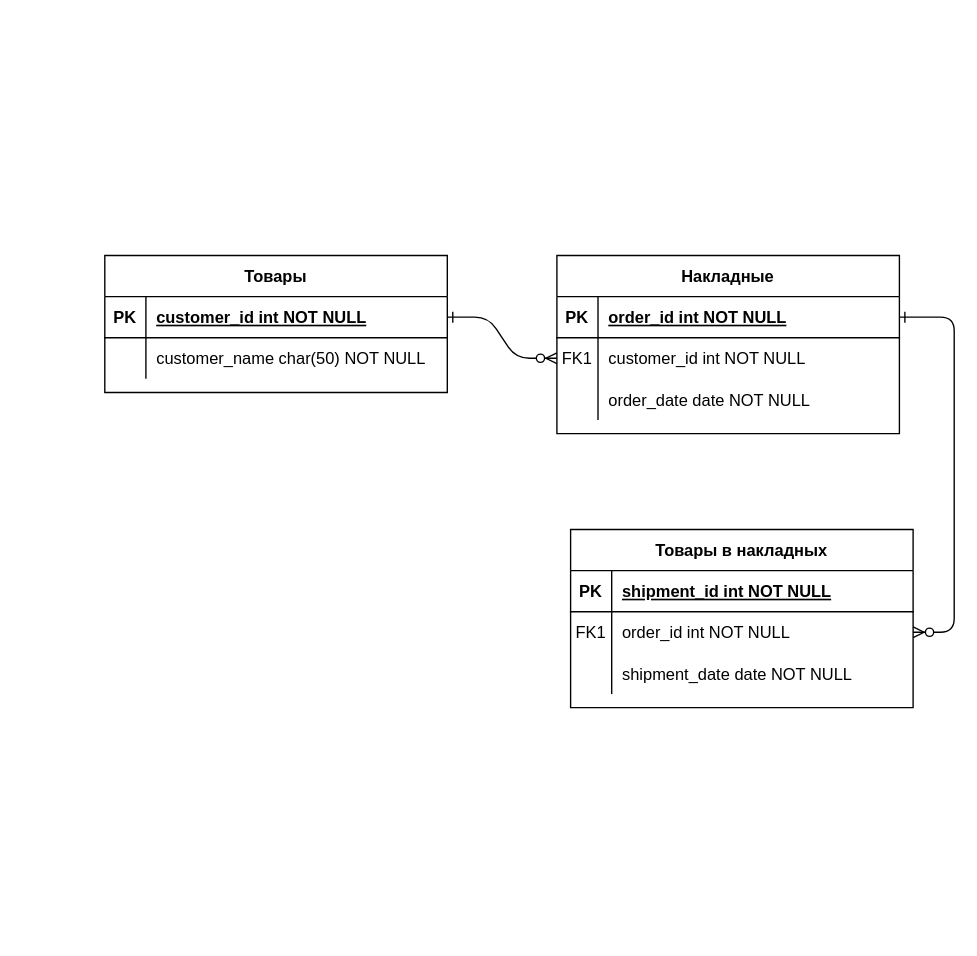
Earlier version of the draw.io diagram LW_2/invoices.drawio (KREeDo5/data-bases). Source tidied: cells renumbered, new cells numbered last; positions are measured from the earlier drawing's top-left corner, leaving out a move shared by most shapes. Both pictures are drawn from the tidied source at 137%, with x=0, y=0 at pixel (104, 255).
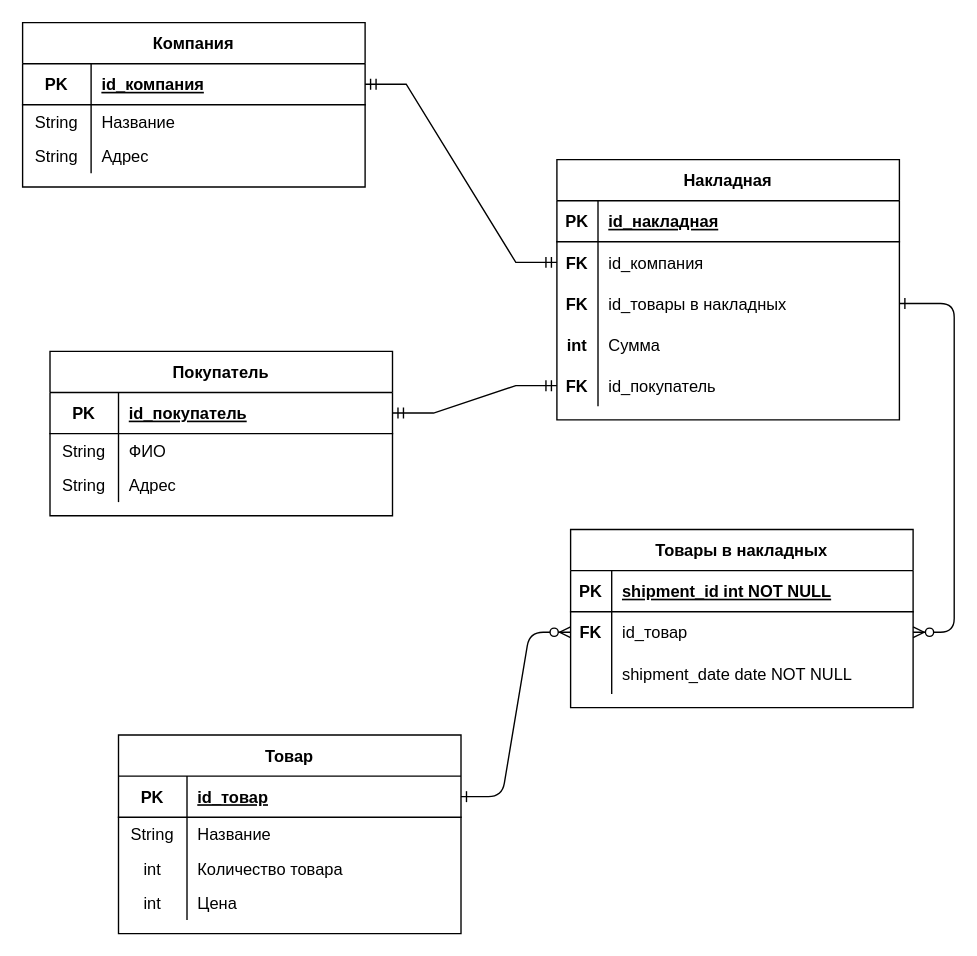
Above is the later version.

Commit message (it also covers changes not shown here):
временные файлы lw_2

The change refers to these unchanged cells:
```xml
<mxCell id="5" style="shape=partialRectangle;fillColor=none;points=[[0,0.5],[1,0.5]];portConstraint=eastwest;top=0;left=0;right=0;bottom=1;" parent="4" vertex="1">
  <mxGeometry y="30" width="250" height="30" as="geometry" />
</mxCell>
<mxCell id="8" style="shape=partialRectangle;fillColor=none;points=[[0,0.5],[1,0.5]];portConstraint=eastwest;top=0;left=0;right=0;bottom=0;" parent="4" vertex="1">
  <mxGeometry y="60" width="250" height="30" as="geometry" />
</mxCell>
<mxCell id="11" style="shape=partialRectangle;fillColor=none;points=[[0,0.5],[1,0.5]];portConstraint=eastwest;top=0;left=0;right=0;bottom=0;" parent="4" vertex="1">
  <mxGeometry y="90" width="250" height="30" as="geometry" />
</mxCell>
<mxCell id="18" style="shape=partialRectangle;fillColor=none;points=[[0,0.5],[1,0.5]];portConstraint=eastwest;top=0;left=0;right=0;bottom=0;" parent="14" vertex="1">
  <mxGeometry y="60" width="250" height="30" as="geometry" />
</mxCell>
<mxCell id="25" style="shape=partialRectangle;fillColor=none;points=[[0,0.5],[1,0.5]];portConstraint=eastwest;top=0;left=0;right=0;bottom=1;" parent="24" vertex="1">
  <mxGeometry y="30" width="250" height="30" as="geometry" />
</mxCell>
```

The edit, as a diff of the source:
```diff
@@
-    <mxCell id="2" style="edgeStyle=entityRelationEdgeStyle;endArrow=ERzeroToMany;startArrow=ERone;endFill=1;startFill=0;" parent="1" edge="1" source="25" target="8">
+    <mxCell id="2" style="edgeStyle=entityRelationEdgeStyle;endArrow=ERzeroToMany;startArrow=ERone;endFill=1;startFill=0;entryX=0;entryY=0.5;entryDx=0;entryDy=0;" parent="1" edge="1" source="25" target="18">
       <mxGeometry relative="1" as="geometry" />
     </mxCell>
-    <mxCell id="3" style="edgeStyle=entityRelationEdgeStyle;endArrow=ERzeroToMany;startArrow=ERone;endFill=1;startFill=0;" parent="1" edge="1" source="5" target="18">
+    <mxCell id="3" style="edgeStyle=entityRelationEdgeStyle;endArrow=ERzeroToMany;startArrow=ERone;endFill=1;startFill=0;exitX=1;exitY=0.5;exitDx=0;exitDy=0;" parent="1" edge="1" source="11" target="18">
       <mxGeometry relative="1" as="geometry" />
     </mxCell>
-    <mxCell id="4" value="Накладные" style="shape=table;startSize=30;childLayout=tableLayout;rowLines=0;fontStyle=1;align=center;" parent="1" vertex="1">
-      <mxGeometry x="330" width="250" height="130" as="geometry" />
+    <mxCell id="4" value="Накладная" style="shape=table;startSize=30;childLayout=tableLayout;rowLines=0;fontStyle=1;align=center;" parent="1" vertex="1">
+      <mxGeometry x="330" y="-70" width="250" height="190" as="geometry" />
     </mxCell>
@@
-    <mxCell id="7" value="order_id int NOT NULL " style="shape=partialRectangle;overflow=hidden;fillColor=none;top=0;left=0;bottom=0;right=0;align=left;spacingLeft=6;fontStyle=5;" parent="5" vertex="1">
+    <mxCell id="7" value="id_накладная" style="shape=partialRectangle;overflow=hidden;fillColor=none;top=0;left=0;bottom=0;right=0;align=left;spacingLeft=6;fontStyle=5;" parent="5" vertex="1">
       <mxGeometry x="30" width="220" height="30" as="geometry" />
     </mxCell>
@@
-    <mxCell id="9" value="FK1" style="shape=partialRectangle;overflow=hidden;fillColor=none;top=0;left=0;bottom=0;right=0;" parent="8" vertex="1">
+    <mxCell id="9" value="FK" style="shape=partialRectangle;overflow=hidden;fillColor=none;top=0;left=0;bottom=0;right=0;fontStyle=1;" parent="8" vertex="1">
       <mxGeometry width="30" height="30" as="geometry" />
     </mxCell>
-    <mxCell id="10" value="customer_id int NOT NULL" style="shape=partialRectangle;overflow=hidden;fillColor=none;top=0;left=0;bottom=0;right=0;align=left;spacingLeft=6;" parent="8" vertex="1">
+    <mxCell id="10" value="id_компания" style="shape=partialRectangle;overflow=hidden;fillColor=none;top=0;left=0;bottom=0;right=0;align=left;spacingLeft=6;" parent="8" vertex="1">
       <mxGeometry x="30" width="220" height="30" as="geometry" />
     </mxCell>
@@
-    <mxCell id="12" style="shape=partialRectangle;overflow=hidden;fillColor=none;top=0;left=0;bottom=0;right=0;" parent="11" vertex="1">
+    <mxCell id="12" value="FK" style="shape=partialRectangle;overflow=hidden;fillColor=none;top=0;left=0;bottom=0;right=0;fontStyle=1;" parent="11" vertex="1">
       <mxGeometry width="30" height="30" as="geometry" />
     </mxCell>
-    <mxCell id="13" value="order_date date NOT NULL" style="shape=partialRectangle;overflow=hidden;fillColor=none;top=0;left=0;bottom=0;right=0;align=left;spacingLeft=6;" parent="11" vertex="1">
+    <mxCell id="13" value="id_товары в накладных" style="shape=partialRectangle;overflow=hidden;fillColor=none;top=0;left=0;bottom=0;right=0;align=left;spacingLeft=6;" parent="11" vertex="1">
       <mxGeometry x="30" width="220" height="30" as="geometry" />
     </mxCell>
+    <mxCell id="31" style="shape=partialRectangle;fillColor=none;top=0;left=0;right=0;bottom=0;" parent="4" vertex="1">
+      <mxGeometry y="120" width="250" height="30" as="geometry" />
+    </mxCell>
+    <mxCell id="32" value="int" style="shape=partialRectangle;overflow=hidden;fillColor=none;top=0;left=0;bottom=0;right=0;fontStyle=1;" parent="31" vertex="1">
+      <mxGeometry width="30" height="30" as="geometry" />
+    </mxCell>
+    <mxCell id="33" value="Сумма" style="shape=partialRectangle;overflow=hidden;fillColor=none;top=0;left=0;bottom=0;right=0;align=left;spacingLeft=6;" parent="31" vertex="1">
+      <mxGeometry x="30" width="220" height="30" as="geometry" />
+    </mxCell>
+    <mxCell id="34" style="shape=partialRectangle;fillColor=none;points=[[0,0.5],[1,0.5]];portConstraint=eastwest;top=0;left=0;right=0;bottom=0;" parent="4" vertex="1">
+      <mxGeometry y="150" width="250" height="30" as="geometry" />
+    </mxCell>
+    <mxCell id="35" value="FK" style="shape=partialRectangle;overflow=hidden;fillColor=none;top=0;left=0;bottom=0;right=0;fontStyle=1;" parent="34" vertex="1">
+      <mxGeometry width="30" height="30" as="geometry" />
+    </mxCell>
+    <mxCell id="36" value="id_покупатель" style="shape=partialRectangle;overflow=hidden;fillColor=none;top=0;left=0;bottom=0;right=0;align=left;spacingLeft=6;" parent="34" vertex="1">
+      <mxGeometry x="30" width="220" height="30" as="geometry" />
+    </mxCell>
@@
-    <mxCell id="19" value="FK1" style="shape=partialRectangle;overflow=hidden;fillColor=none;top=0;left=0;bottom=0;right=0;" parent="18" vertex="1">
+    <mxCell id="19" value="FK" style="shape=partialRectangle;overflow=hidden;fillColor=none;top=0;left=0;bottom=0;right=0;fontStyle=1;" parent="18" vertex="1">
       <mxGeometry width="30" height="30" as="geometry" />
     </mxCell>
-    <mxCell id="20" value="order_id int NOT NULL" style="shape=partialRectangle;overflow=hidden;fillColor=none;top=0;left=0;bottom=0;right=0;align=left;spacingLeft=6;" parent="18" vertex="1">
+    <mxCell id="20" value="id_товар" style="shape=partialRectangle;overflow=hidden;fillColor=none;top=0;left=0;bottom=0;right=0;align=left;spacingLeft=6;" parent="18" vertex="1">
       <mxGeometry x="30" width="220" height="30" as="geometry" />
     </mxCell>
@@
-    <mxCell id="24" value="Товары" style="shape=table;startSize=30;childLayout=tableLayout;rowLines=0;fontStyle=1;align=center;" parent="1" vertex="1">
-      <mxGeometry width="250" height="100" as="geometry" />
+    <mxCell id="24" value="Товар" style="shape=table;startSize=30;childLayout=tableLayout;rowLines=0;fontStyle=1;align=center;" parent="1" vertex="1">
+      <mxGeometry x="10" y="350" width="250" height="145" as="geometry" />
     </mxCell>
@@
     <mxCell id="26" value="PK" style="shape=partialRectangle;overflow=hidden;fillColor=none;top=0;left=0;bottom=0;right=0;fontStyle=1;" parent="25" vertex="1">
-      <mxGeometry width="30" height="30" as="geometry" />
+      <mxGeometry width="50" height="30" as="geometry" />
     </mxCell>
-    <mxCell id="27" value="customer_id int NOT NULL " style="shape=partialRectangle;overflow=hidden;fillColor=none;top=0;left=0;bottom=0;right=0;align=left;spacingLeft=6;fontStyle=5;" parent="25" vertex="1">
-      <mxGeometry x="30" width="220" height="30" as="geometry" />
+    <mxCell id="27" value="id_товар" style="shape=partialRectangle;overflow=hidden;fillColor=none;top=0;left=0;bottom=0;right=0;align=left;spacingLeft=6;fontStyle=5;" parent="25" vertex="1">
+      <mxGeometry x="50" width="200" height="30" as="geometry" />
     </mxCell>
     <mxCell id="28" style="shape=partialRectangle;fillColor=none;top=0;left=0;right=0;bottom=0;" parent="24" vertex="1">
-      <mxGeometry y="60" width="250" height="30" as="geometry" />
+      <mxGeometry y="60" width="250" height="25" as="geometry" />
     </mxCell>
-    <mxCell id="29" style="shape=partialRectangle;overflow=hidden;fillColor=none;top=0;left=0;bottom=0;right=0;" parent="28" vertex="1">
-      <mxGeometry width="30" height="30" as="geometry" />
+    <mxCell id="29" value="String" style="shape=partialRectangle;overflow=hidden;fillColor=none;top=0;left=0;bottom=0;right=0;" parent="28" vertex="1">
+      <mxGeometry width="50" height="25" as="geometry" />
     </mxCell>
-    <mxCell id="30" value="customer_name char(50) NOT NULL" style="shape=partialRectangle;overflow=hidden;fillColor=none;top=0;left=0;bottom=0;right=0;align=left;spacingLeft=6;" parent="28" vertex="1">
-      <mxGeometry x="30" width="220" height="30" as="geometry" />
+    <mxCell id="30" value="Название" style="shape=partialRectangle;overflow=hidden;fillColor=none;top=0;left=0;bottom=0;right=0;align=left;spacingLeft=6;" parent="28" vertex="1">
+      <mxGeometry x="50" width="200" height="25" as="geometry" />
     </mxCell>
+    <mxCell id="37" style="shape=partialRectangle;fillColor=none;top=0;left=0;right=0;bottom=0;" parent="24" vertex="1">
+      <mxGeometry y="85" width="250" height="25" as="geometry" />
+    </mxCell>
+    <mxCell id="38" value="int" style="shape=partialRectangle;overflow=hidden;fillColor=none;top=0;left=0;bottom=0;right=0;" parent="37" vertex="1">
+      <mxGeometry width="50" height="25" as="geometry" />
+    </mxCell>
+    <mxCell id="39" value="Количество товара" style="shape=partialRectangle;overflow=hidden;fillColor=none;top=0;left=0;bottom=0;right=0;align=left;spacingLeft=6;" parent="37" vertex="1">
+      <mxGeometry x="50" width="200" height="25" as="geometry" />
+    </mxCell>
+    <mxCell id="40" style="shape=partialRectangle;fillColor=none;top=0;left=0;right=0;bottom=0;" parent="24" vertex="1">
+      <mxGeometry y="110" width="250" height="25" as="geometry" />
+    </mxCell>
+    <mxCell id="41" value="int" style="shape=partialRectangle;overflow=hidden;fillColor=none;top=0;left=0;bottom=0;right=0;" parent="40" vertex="1">
+      <mxGeometry width="50" height="25" as="geometry" />
+    </mxCell>
+    <mxCell id="42" value="Цена" style="shape=partialRectangle;overflow=hidden;fillColor=none;top=0;left=0;bottom=0;right=0;align=left;spacingLeft=6;" parent="40" vertex="1">
+      <mxGeometry x="50" width="200" height="25" as="geometry" />
+    </mxCell>
+    <mxCell id="43" value="Компания" style="shape=table;startSize=30;childLayout=tableLayout;rowLines=0;fontStyle=1;align=center;" parent="1" vertex="1">
+      <mxGeometry x="-60" y="-170" width="250" height="120" as="geometry" />
+    </mxCell>
+    <mxCell id="44" style="shape=partialRectangle;fillColor=none;points=[[0,0.5],[1,0.5]];portConstraint=eastwest;top=0;left=0;right=0;bottom=1;" parent="43" vertex="1">
+      <mxGeometry y="30" width="250" height="30" as="geometry" />
+    </mxCell>
+    <mxCell id="45" value="PK" style="shape=partialRectangle;overflow=hidden;fillColor=none;top=0;left=0;bottom=0;right=0;fontStyle=1;" parent="44" vertex="1">
+      <mxGeometry width="50" height="30" as="geometry" />
+    </mxCell>
+    <mxCell id="46" value="id_компания" style="shape=partialRectangle;overflow=hidden;fillColor=none;top=0;left=0;bottom=0;right=0;align=left;spacingLeft=6;fontStyle=5;" parent="44" vertex="1">
+      <mxGeometry x="50" width="200" height="30" as="geometry" />
+    </mxCell>
+    <mxCell id="47" style="shape=partialRectangle;fillColor=none;top=0;left=0;right=0;bottom=0;" parent="43" vertex="1">
+      <mxGeometry y="60" width="250" height="25" as="geometry" />
+    </mxCell>
+    <mxCell id="48" value="String" style="shape=partialRectangle;overflow=hidden;fillColor=none;top=0;left=0;bottom=0;right=0;" parent="47" vertex="1">
+      <mxGeometry width="50" height="25" as="geometry" />
+    </mxCell>
+    <mxCell id="49" value="Название" style="shape=partialRectangle;overflow=hidden;fillColor=none;top=0;left=0;bottom=0;right=0;align=left;spacingLeft=6;" parent="47" vertex="1">
+      <mxGeometry x="50" width="200" height="25" as="geometry" />
+    </mxCell>
+    <mxCell id="50" style="shape=partialRectangle;fillColor=none;top=0;left=0;right=0;bottom=0;" parent="43" vertex="1">
+      <mxGeometry y="85" width="250" height="25" as="geometry" />
+    </mxCell>
+    <mxCell id="51" value="String" style="shape=partialRectangle;overflow=hidden;fillColor=none;top=0;left=0;bottom=0;right=0;" parent="50" vertex="1">
+      <mxGeometry width="50" height="25" as="geometry" />
+    </mxCell>
+    <mxCell id="52" value="Адрес" style="shape=partialRectangle;overflow=hidden;fillColor=none;top=0;left=0;bottom=0;right=0;align=left;spacingLeft=6;" parent="50" vertex="1">
+      <mxGeometry x="50" width="200" height="25" as="geometry" />
+    </mxCell>
+    <mxCell id="53" value="Покупатель" style="shape=table;startSize=30;childLayout=tableLayout;rowLines=0;fontStyle=1;align=center;" parent="1" vertex="1">
+      <mxGeometry x="-40" y="70" width="250" height="120" as="geometry" />
+    </mxCell>
+    <mxCell id="54" style="shape=partialRectangle;fillColor=none;points=[[0,0.5],[1,0.5]];portConstraint=eastwest;top=0;left=0;right=0;bottom=1;" parent="53" vertex="1">
+      <mxGeometry y="30" width="250" height="30" as="geometry" />
+    </mxCell>
+    <mxCell id="55" value="PK" style="shape=partialRectangle;overflow=hidden;fillColor=none;top=0;left=0;bottom=0;right=0;fontStyle=1;" parent="54" vertex="1">
+      <mxGeometry width="50" height="30" as="geometry" />
+    </mxCell>
+    <mxCell id="56" value="id_покупатель" style="shape=partialRectangle;overflow=hidden;fillColor=none;top=0;left=0;bottom=0;right=0;align=left;spacingLeft=6;fontStyle=5;" parent="54" vertex="1">
+      <mxGeometry x="50" width="200" height="30" as="geometry" />
+    </mxCell>
+    <mxCell id="57" style="shape=partialRectangle;fillColor=none;top=0;left=0;right=0;bottom=0;" parent="53" vertex="1">
+      <mxGeometry y="60" width="250" height="25" as="geometry" />
+    </mxCell>
+    <mxCell id="58" value="String" style="shape=partialRectangle;overflow=hidden;fillColor=none;top=0;left=0;bottom=0;right=0;" parent="57" vertex="1">
+      <mxGeometry width="50" height="25" as="geometry" />
+    </mxCell>
+    <mxCell id="59" value="ФИО" style="shape=partialRectangle;overflow=hidden;fillColor=none;top=0;left=0;bottom=0;right=0;align=left;spacingLeft=6;" parent="57" vertex="1">
+      <mxGeometry x="50" width="200" height="25" as="geometry" />
+    </mxCell>
+    <mxCell id="60" style="shape=partialRectangle;fillColor=none;top=0;left=0;right=0;bottom=0;" parent="53" vertex="1">
+      <mxGeometry y="85" width="250" height="25" as="geometry" />
+    </mxCell>
+    <mxCell id="61" value="String" style="shape=partialRectangle;overflow=hidden;fillColor=none;top=0;left=0;bottom=0;right=0;" parent="60" vertex="1">
+      <mxGeometry width="50" height="25" as="geometry" />
+    </mxCell>
+    <mxCell id="62" value="Адрес" style="shape=partialRectangle;overflow=hidden;fillColor=none;top=0;left=0;bottom=0;right=0;align=left;spacingLeft=6;" parent="60" vertex="1">
+      <mxGeometry x="50" width="200" height="25" as="geometry" />
+    </mxCell>
+    <mxCell id="63" style="edgeStyle=entityRelationEdgeStyle;fontSize=12;html=1;endArrow=ERmandOne;startArrow=ERmandOne;rounded=0;exitX=1;exitY=0.5;exitDx=0;exitDy=0;entryX=0;entryY=0.5;entryDx=0;entryDy=0;" parent="1" edge="1" source="54" target="34">
+      <mxGeometry relative="1" as="geometry" />
+    </mxCell>
+    <mxCell id="64" style="edgeStyle=entityRelationEdgeStyle;fontSize=12;html=1;endArrow=ERmandOne;startArrow=ERmandOne;rounded=0;exitX=1;exitY=0.5;exitDx=0;exitDy=0;entryX=0;entryY=0.5;entryDx=0;entryDy=0;" parent="1" edge="1" source="44" target="8">
+      <mxGeometry relative="1" as="geometry" />
+    </mxCell>
```
